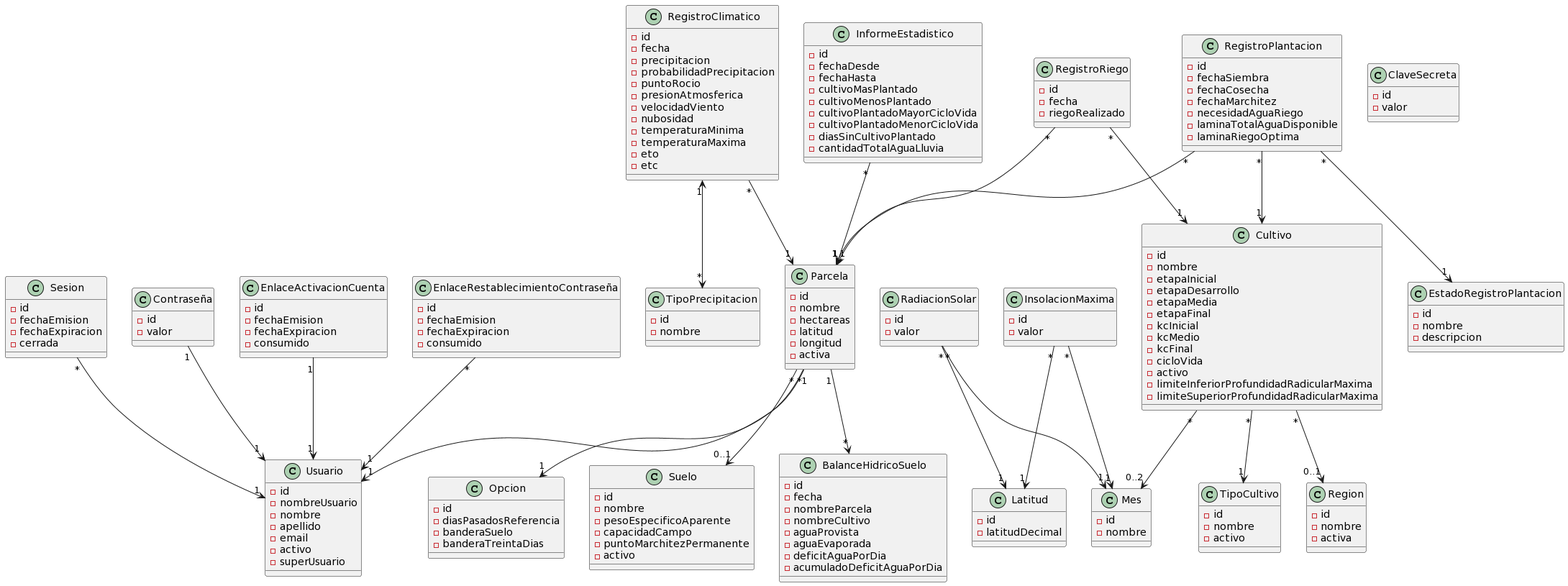
Earlier version of the PlantUML export docs/domain model/Modelo de dominio.png (facundopaez-dev/sistema-web-riego).
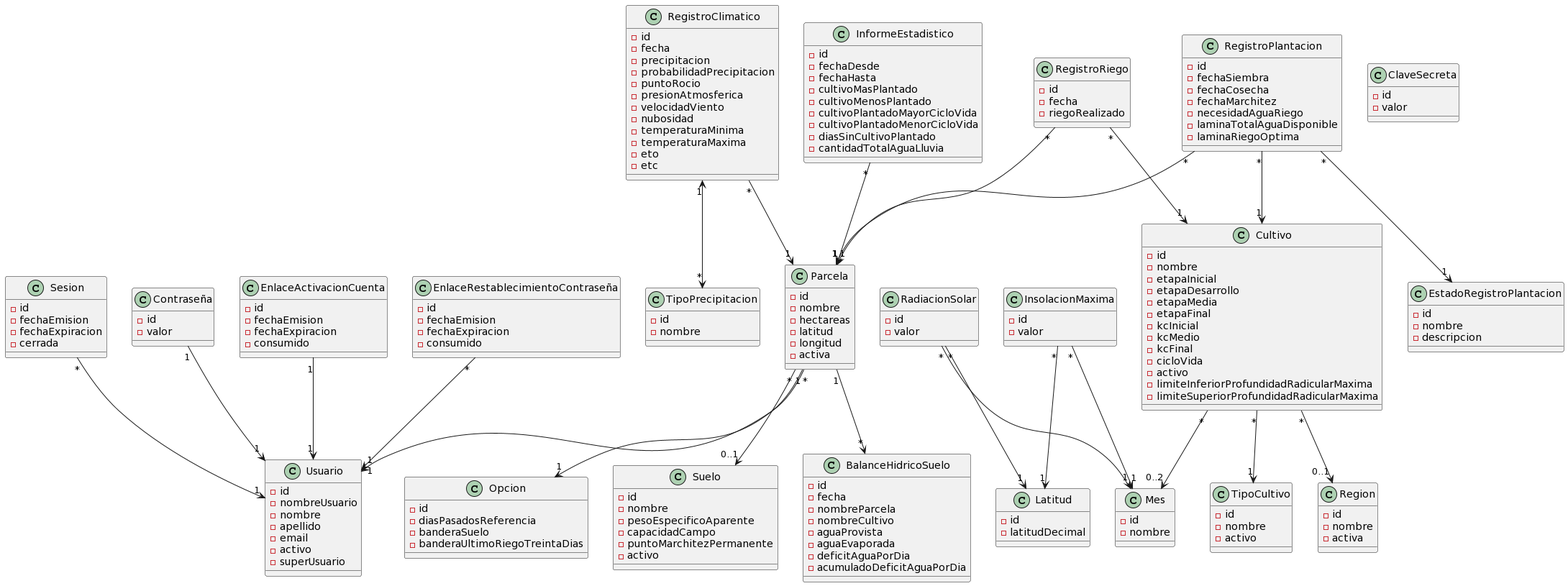
After the change.

Diff of the diagram source:
```diff
@@ -112,7 +112,7 @@
 -id
 -diasPasadosReferencia
 -banderaSuelo
--banderaTreintaDias
+-banderaUltimoRiegoTreintaDias
 }
 
 class Usuario {
```
